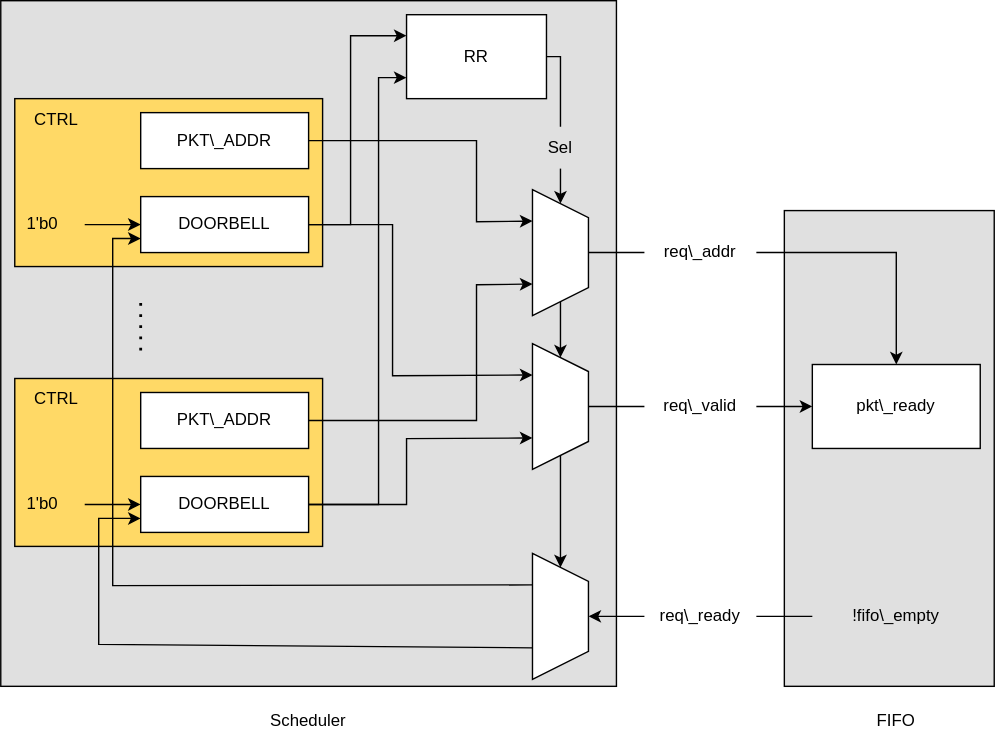
The draw.io diagram images/impl_req_schedside.svg in retrhelo/bachelor-thesis, before a commit. Source tidied: cells renumbered, new cells last; positions are measured from the earlier drawing's top-left corner, leaving out a move shared by most shapes. Its diagram source:
```xml
<mxGraphModel>
  <root>
    <mxCell id="0" />
    <mxCell id="1" parent="0" />
    <mxCell id="2" style="rounded=0;whiteSpace=wrap;html=1;fillColor=#E0E0E0;" parent="1" vertex="1">
      <mxGeometry x="560" y="150" width="150" height="340" as="geometry" />
    </mxCell>
    <mxCell id="3" style="rounded=0;whiteSpace=wrap;html=1;fillColor=#E0E0E0;" parent="1" vertex="1">
      <mxGeometry width="440" height="490" as="geometry" />
    </mxCell>
    <mxCell id="4" style="rounded=0;whiteSpace=wrap;html=1;fillColor=#FFD966;" parent="1" vertex="1">
      <mxGeometry x="10" y="70" width="220" height="120" as="geometry" />
    </mxCell>
    <mxCell id="5" value="PKT\_ADDR" style="rounded=0;whiteSpace=wrap;html=1;" parent="1" vertex="1">
      <mxGeometry x="100" y="80" width="120" height="40" as="geometry" />
    </mxCell>
    <mxCell id="6" value="DOORBELL" style="rounded=0;whiteSpace=wrap;html=1;" parent="1" vertex="1">
      <mxGeometry x="100" y="140" width="120" height="40" as="geometry" />
    </mxCell>
    <mxCell id="7" value="1'b0" style="text;html=1;strokeColor=none;fillColor=none;align=center;verticalAlign=middle;whiteSpace=wrap;rounded=0;" parent="1" vertex="1">
      <mxGeometry y="140" width="60" height="40" as="geometry" />
    </mxCell>
    <mxCell id="8" style="endArrow=classic;html=1;rounded=0;exitX=1;exitY=0.5;exitDx=0;exitDy=0;entryX=0;entryY=0.5;entryDx=0;entryDy=0;" parent="1" edge="1" source="7" target="6">
      <mxGeometry relative="1" as="geometry" />
    </mxCell>
    <mxCell id="9" value="req\_valid" style="text;html=1;strokeColor=none;fillColor=none;align=center;verticalAlign=middle;whiteSpace=wrap;rounded=0;" parent="1" vertex="1">
      <mxGeometry x="460" y="270" width="80" height="40" as="geometry" />
    </mxCell>
    <mxCell id="10" value="req\_ready" style="text;html=1;strokeColor=none;fillColor=none;align=center;verticalAlign=middle;whiteSpace=wrap;rounded=0;" parent="1" vertex="1">
      <mxGeometry x="460" y="420" width="80" height="40" as="geometry" />
    </mxCell>
    <mxCell id="11" value="&lt;div&gt;req\_addr&lt;/div&gt;" style="text;html=1;strokeColor=none;fillColor=none;align=center;verticalAlign=middle;whiteSpace=wrap;rounded=0;" parent="1" vertex="1">
      <mxGeometry x="460" y="160" width="80" height="40" as="geometry" />
    </mxCell>
    <mxCell id="12" style="endArrow=none;html=1;rounded=0;entryX=0;entryY=0.5;entryDx=0;entryDy=0;exitX=0.5;exitY=0;exitDx=0;exitDy=0;" parent="1" edge="1" source="31" target="11">
      <mxGeometry relative="1" as="geometry" />
    </mxCell>
    <mxCell id="13" style="endArrow=none;html=1;rounded=0;entryX=0.5;entryY=0;entryDx=0;entryDy=0;exitX=0;exitY=0.5;exitDx=0;exitDy=0;" parent="1" edge="1" source="9" target="33">
      <mxGeometry relative="1" as="geometry" />
    </mxCell>
    <mxCell id="14" style="endArrow=classic;html=1;rounded=0;exitX=1;exitY=0.5;exitDx=0;exitDy=0;entryX=0.5;entryY=0;entryDx=0;entryDy=0;" parent="1" edge="1" source="11" target="39">
      <mxGeometry relative="1" as="geometry">
        <Array as="points">
          <mxPoint x="640" y="180" />
        </Array>
      </mxGeometry>
    </mxCell>
    <mxCell id="15" style="endArrow=classic;html=1;rounded=0;exitX=1;exitY=0.5;exitDx=0;exitDy=0;entryX=0;entryY=0.5;entryDx=0;entryDy=0;" parent="1" edge="1" source="9" target="39">
      <mxGeometry relative="1" as="geometry" />
    </mxCell>
    <mxCell id="16" value="CTRL" style="text;html=1;strokeColor=none;fillColor=none;align=center;verticalAlign=middle;whiteSpace=wrap;rounded=0;" parent="1" vertex="1">
      <mxGeometry x="10" y="70" width="60" height="30" as="geometry" />
    </mxCell>
    <mxCell id="17" style="rounded=0;whiteSpace=wrap;html=1;fillColor=#FFD966;" parent="1" vertex="1">
      <mxGeometry x="10" y="270" width="220" height="120" as="geometry" />
    </mxCell>
    <mxCell id="18" value="PKT\_ADDR" style="rounded=0;whiteSpace=wrap;html=1;" parent="1" vertex="1">
      <mxGeometry x="100" y="280" width="120" height="40" as="geometry" />
    </mxCell>
    <mxCell id="19" value="DOORBELL" style="rounded=0;whiteSpace=wrap;html=1;" parent="1" vertex="1">
      <mxGeometry x="100" y="340" width="120" height="40" as="geometry" />
    </mxCell>
    <mxCell id="20" value="1'b0" style="text;html=1;strokeColor=none;fillColor=none;align=center;verticalAlign=middle;whiteSpace=wrap;rounded=0;" parent="1" vertex="1">
      <mxGeometry y="340" width="60" height="40" as="geometry" />
    </mxCell>
    <mxCell id="21" style="endArrow=classic;html=1;rounded=0;exitX=1;exitY=0.5;exitDx=0;exitDy=0;entryX=0;entryY=0.5;entryDx=0;entryDy=0;" parent="1" edge="1" source="20" target="19">
      <mxGeometry relative="1" as="geometry" />
    </mxCell>
    <mxCell id="22" value="CTRL" style="text;html=1;strokeColor=none;fillColor=none;align=center;verticalAlign=middle;whiteSpace=wrap;rounded=0;" parent="1" vertex="1">
      <mxGeometry x="10" y="270" width="60" height="30" as="geometry" />
    </mxCell>
    <mxCell id="23" style="endArrow=none;dashed=1;html=1;dashPattern=1 3;strokeWidth=2;rounded=0;" parent="1" edge="1">
      <mxGeometry relative="1" as="geometry">
        <mxPoint x="100" y="250" as="sourcePoint" />
        <mxPoint x="100" y="210" as="targetPoint" />
      </mxGeometry>
    </mxCell>
    <mxCell id="24" value="RR" style="rounded=0;whiteSpace=wrap;html=1;fillColor=#FFFFFF;" parent="1" vertex="1">
      <mxGeometry x="290" y="10" width="100" height="60" as="geometry" />
    </mxCell>
    <mxCell id="25" style="endArrow=classic;html=1;rounded=0;exitX=1;exitY=0.5;exitDx=0;exitDy=0;entryX=0;entryY=0.25;entryDx=0;entryDy=0;" parent="1" edge="1" source="6" target="24">
      <mxGeometry relative="1" as="geometry">
        <Array as="points">
          <mxPoint x="250" y="160" />
          <mxPoint x="250" y="25" />
        </Array>
      </mxGeometry>
    </mxCell>
    <mxCell id="26" style="endArrow=classic;html=1;rounded=0;exitX=1;exitY=0.5;exitDx=0;exitDy=0;entryX=0;entryY=0.75;entryDx=0;entryDy=0;" parent="1" edge="1" source="19" target="24">
      <mxGeometry relative="1" as="geometry">
        <Array as="points">
          <mxPoint x="270" y="360" />
          <mxPoint x="270" y="55" />
        </Array>
      </mxGeometry>
    </mxCell>
    <mxCell id="27" value="Sel" style="text;html=1;strokeColor=none;fillColor=none;align=center;verticalAlign=middle;whiteSpace=wrap;rounded=0;" parent="1" vertex="1">
      <mxGeometry x="370" y="90" width="60" height="30" as="geometry" />
    </mxCell>
    <mxCell id="28" style="endArrow=none;html=1;rounded=0;entryX=1;entryY=0.5;entryDx=0;entryDy=0;exitX=0.5;exitY=0;exitDx=0;exitDy=0;" parent="1" edge="1" source="27" target="24">
      <mxGeometry relative="1" as="geometry">
        <Array as="points">
          <mxPoint x="400" y="40" />
        </Array>
      </mxGeometry>
    </mxCell>
    <mxCell id="29" style="endArrow=classic;html=1;rounded=0;exitX=0.5;exitY=1;exitDx=0;exitDy=0;entryX=0;entryY=0.5;entryDx=0;entryDy=0;" parent="1" edge="1" source="27" target="31">
      <mxGeometry relative="1" as="geometry" />
    </mxCell>
    <mxCell id="30" style="endArrow=classic;html=1;rounded=0;exitX=0;exitY=0.5;exitDx=0;exitDy=0;entryX=0;entryY=0.5;entryDx=0;entryDy=0;" parent="1" edge="1" source="31" target="33">
      <mxGeometry relative="1" as="geometry" />
    </mxCell>
    <mxCell id="31" style="shape=trapezoid;perimeter=trapezoidPerimeter;whiteSpace=wrap;html=1;fixedSize=1;fillColor=#FFFFFF;rotation=90;size=20;" parent="1" vertex="1">
      <mxGeometry x="355" y="160" width="90" height="40" as="geometry" />
    </mxCell>
    <mxCell id="32" style="endArrow=classic;html=1;rounded=0;exitX=0;exitY=0.5;exitDx=0;exitDy=0;entryX=0;entryY=0.5;entryDx=0;entryDy=0;" parent="1" edge="1" source="33" target="34">
      <mxGeometry relative="1" as="geometry" />
    </mxCell>
    <mxCell id="33" style="shape=trapezoid;perimeter=trapezoidPerimeter;whiteSpace=wrap;html=1;fixedSize=1;fillColor=#FFFFFF;rotation=90;size=20;" parent="1" vertex="1">
      <mxGeometry x="355" y="270" width="90" height="40" as="geometry" />
    </mxCell>
    <mxCell id="34" style="shape=trapezoid;perimeter=trapezoidPerimeter;whiteSpace=wrap;html=1;fixedSize=1;fillColor=#FFFFFF;rotation=90;size=20;" parent="1" vertex="1">
      <mxGeometry x="355" y="420" width="90" height="40" as="geometry" />
    </mxCell>
    <mxCell id="35" style="endArrow=classic;html=1;rounded=0;entryX=0.5;entryY=0;entryDx=0;entryDy=0;exitX=0;exitY=0.5;exitDx=0;exitDy=0;" parent="1" edge="1" source="10" target="34">
      <mxGeometry relative="1" as="geometry" />
    </mxCell>
    <mxCell id="36" style="endArrow=none;html=1;rounded=0;entryX=1;entryY=0.5;entryDx=0;entryDy=0;exitX=0;exitY=0.5;exitDx=0;exitDy=0;" parent="1" edge="1" source="44" target="10">
      <mxGeometry relative="1" as="geometry" />
    </mxCell>
    <mxCell id="37" style="endArrow=classic;html=1;rounded=0;exitX=1;exitY=0.5;exitDx=0;exitDy=0;entryX=0.25;entryY=1;entryDx=0;entryDy=0;" parent="1" edge="1" source="5" target="31">
      <mxGeometry relative="1" as="geometry">
        <Array as="points">
          <mxPoint x="340" y="100" />
          <mxPoint x="340" y="158" />
        </Array>
      </mxGeometry>
    </mxCell>
    <mxCell id="38" style="endArrow=classic;html=1;rounded=0;exitX=1;exitY=0.5;exitDx=0;exitDy=0;entryX=0.75;entryY=1;entryDx=0;entryDy=0;" parent="1" edge="1" source="18" target="31">
      <mxGeometry relative="1" as="geometry">
        <Array as="points">
          <mxPoint x="340" y="300" />
          <mxPoint x="340" y="203" />
        </Array>
      </mxGeometry>
    </mxCell>
    <mxCell id="39" value="pkt\_ready" style="rounded=0;whiteSpace=wrap;html=1;fillColor=#FFFFFF;" parent="1" vertex="1">
      <mxGeometry x="580" y="260" width="120" height="60" as="geometry" />
    </mxCell>
    <mxCell id="40" style="endArrow=classic;html=1;rounded=0;exitX=1;exitY=0.5;exitDx=0;exitDy=0;entryX=0.25;entryY=1;entryDx=0;entryDy=0;" parent="1" edge="1" source="6" target="33">
      <mxGeometry relative="1" as="geometry">
        <Array as="points">
          <mxPoint x="280" y="160" />
          <mxPoint x="280" y="268" />
        </Array>
      </mxGeometry>
    </mxCell>
    <mxCell id="41" style="endArrow=classic;html=1;rounded=0;exitX=1;exitY=0.5;exitDx=0;exitDy=0;entryX=0.75;entryY=1;entryDx=0;entryDy=0;" parent="1" edge="1" source="19" target="33">
      <mxGeometry relative="1" as="geometry">
        <Array as="points">
          <mxPoint x="290" y="360" />
          <mxPoint x="290" y="313" />
        </Array>
      </mxGeometry>
    </mxCell>
    <mxCell id="42" style="endArrow=classic;html=1;rounded=0;exitX=0.25;exitY=1;exitDx=0;exitDy=0;entryX=0;entryY=0.75;entryDx=0;entryDy=0;" parent="1" edge="1" source="34" target="6">
      <mxGeometry relative="1" as="geometry">
        <Array as="points">
          <mxPoint x="80" y="418" />
          <mxPoint x="80" y="170" />
        </Array>
      </mxGeometry>
    </mxCell>
    <mxCell id="43" style="endArrow=classic;html=1;rounded=0;exitX=0.75;exitY=1;exitDx=0;exitDy=0;entryX=0;entryY=0.75;entryDx=0;entryDy=0;" parent="1" edge="1" source="34" target="19">
      <mxGeometry relative="1" as="geometry">
        <Array as="points">
          <mxPoint x="70" y="460" />
          <mxPoint x="70" y="370" />
        </Array>
      </mxGeometry>
    </mxCell>
    <mxCell id="44" value="!fifo\_empty" style="text;html=1;strokeColor=none;fillColor=none;align=center;verticalAlign=middle;whiteSpace=wrap;rounded=0;" parent="1" vertex="1">
      <mxGeometry x="580" y="425" width="120" height="30" as="geometry" />
    </mxCell>
    <mxCell id="45" value="Scheduler" style="text;html=1;strokeColor=none;fillColor=none;align=center;verticalAlign=middle;whiteSpace=wrap;rounded=0;" parent="1" vertex="1">
      <mxGeometry x="190" y="500" width="60" height="30" as="geometry" />
    </mxCell>
    <mxCell id="46" value="FIFO" style="text;html=1;strokeColor=none;fillColor=none;align=center;verticalAlign=middle;whiteSpace=wrap;rounded=0;" parent="1" vertex="1">
      <mxGeometry x="610" y="500" width="60" height="30" as="geometry" />
    </mxCell>
  </root>
</mxGraphModel>
```
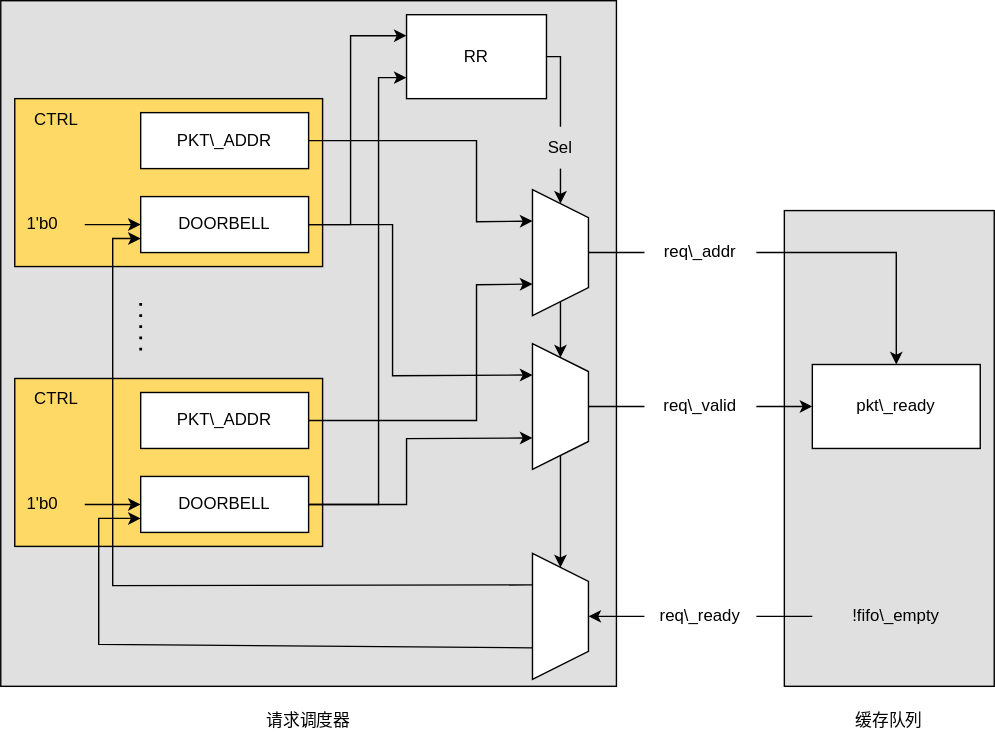
After the commit.

Change to the diagram source:
```diff
@@ -182,11 +182,11 @@
     <mxCell id="44" value="!fifo\_empty" style="text;html=1;strokeColor=none;fillColor=none;align=center;verticalAlign=middle;whiteSpace=wrap;rounded=0;" parent="1" vertex="1">
       <mxGeometry x="580" y="425" width="120" height="30" as="geometry" />
     </mxCell>
-    <mxCell id="45" value="Scheduler" style="text;html=1;strokeColor=none;fillColor=none;align=center;verticalAlign=middle;whiteSpace=wrap;rounded=0;" parent="1" vertex="1">
-      <mxGeometry x="190" y="500" width="60" height="30" as="geometry" />
+    <mxCell id="45" value="请求调度器" style="text;html=1;strokeColor=none;fillColor=none;align=center;verticalAlign=middle;whiteSpace=wrap;rounded=0;" parent="1" vertex="1">
+      <mxGeometry x="175" y="500" width="90" height="30" as="geometry" />
     </mxCell>
-    <mxCell id="46" value="FIFO" style="text;html=1;strokeColor=none;fillColor=none;align=center;verticalAlign=middle;whiteSpace=wrap;rounded=0;" parent="1" vertex="1">
-      <mxGeometry x="610" y="500" width="60" height="30" as="geometry" />
+    <mxCell id="46" value="缓存队列" style="text;html=1;strokeColor=none;fillColor=none;align=center;verticalAlign=middle;whiteSpace=wrap;rounded=0;" parent="1" vertex="1">
+      <mxGeometry x="605" y="500" width="60" height="30" as="geometry" />
     </mxCell>
   </root>
 </mxGraphModel>
```
